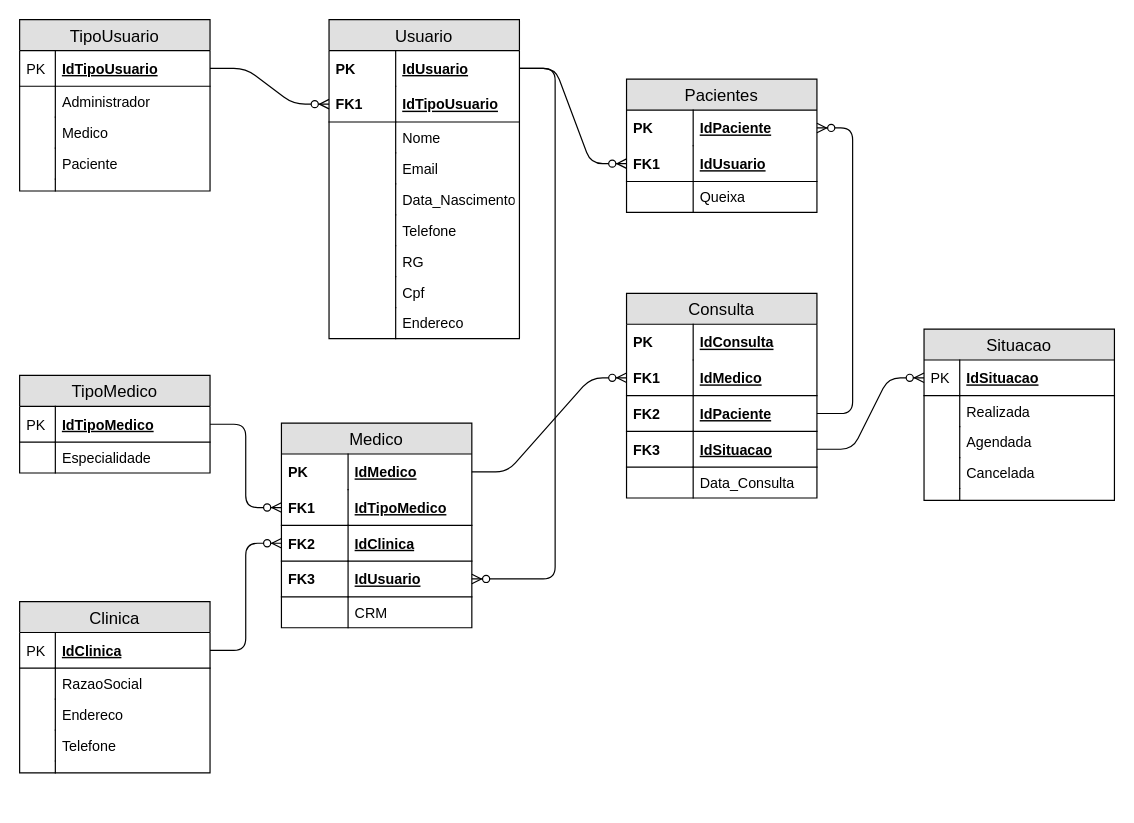
Before: page "Lógico" (2 of 2) of sprint1-bd-spmedgroup/Modelagem/SpMed_Logico_Conceitual.drawio in CBGoncalves/sprint1-bd, a draw.io diagram. Source tidied: cells renumbered, new cells numbered last; positions are measured from the earlier drawing's top-left corner, leaving out a move shared by most shapes. Both pictures are drawn from the tidied source at 119%, with x=0, y=0 at pixel (19, 19).
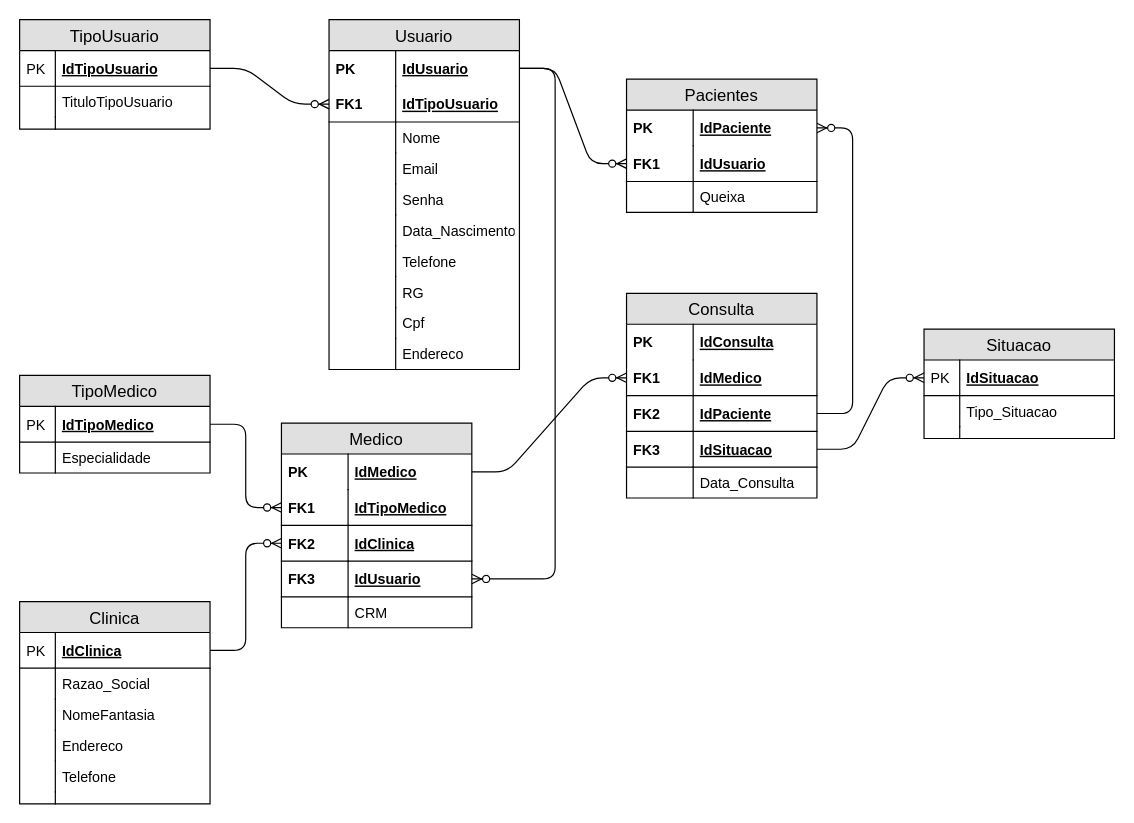
The same page after the edit.

Change to the diagram source:
```diff
@@
     <mxCell id="2" value="Clinica" style="swimlane;fontStyle=0;horizontal=1;startSize=26;fillColor=#e0e0e0;swimlaneFillColor=#ffffff;align=center;fontSize=14;" parent="1" vertex="1">
-      <mxGeometry y="489" width="160" height="144" as="geometry" />
+      <mxGeometry y="489" width="160" height="170" as="geometry" />
     </mxCell>
@@
-    <mxCell id="5" value="RazaoSocial" style="shape=partialRectangle;top=0;left=0;right=0;bottom=0;align=left;verticalAlign=top;fillColor=none;spacingLeft=34;spacingRight=4;overflow=hidden;fontSize=12;" parent="2" vertex="1">
+    <mxCell id="5" value="Razao_Social" style="shape=partialRectangle;top=0;left=0;right=0;bottom=0;align=left;verticalAlign=top;fillColor=none;spacingLeft=34;spacingRight=4;overflow=hidden;fontSize=12;" parent="2" vertex="1">
       <mxGeometry y="56" width="160" height="26" as="geometry" />
     </mxCell>
@@
+    <mxCell id="96" value="NomeFantasia" style="shape=partialRectangle;top=0;left=0;right=0;bottom=0;align=left;verticalAlign=top;fillColor=none;spacingLeft=34;spacingRight=4;overflow=hidden;fontSize=12;" parent="2" vertex="1">
+      <mxGeometry y="82" width="160" height="26" as="geometry" />
+    </mxCell>
+    <mxCell id="97" style="shape=partialRectangle;top=0;left=0;bottom=0;fillColor=none;align=left;verticalAlign=top;spacingLeft=4;spacingRight=4;overflow=hidden;fontSize=12;" parent="96" vertex="1">
+      <mxGeometry width="30" height="26" as="geometry" />
+    </mxCell>
     <mxCell id="7" value="Endereco" style="shape=partialRectangle;top=0;left=0;right=0;bottom=0;align=left;verticalAlign=top;fillColor=none;spacingLeft=34;spacingRight=4;overflow=hidden;fontSize=12;" parent="2" vertex="1">
-      <mxGeometry y="82" width="160" height="26" as="geometry" />
+      <mxGeometry y="108" width="160" height="26" as="geometry" />
     </mxCell>
@@
     <mxCell id="9" value="Telefone" style="shape=partialRectangle;top=0;left=0;right=0;bottom=0;align=left;verticalAlign=top;fillColor=none;spacingLeft=34;spacingRight=4;overflow=hidden;fontSize=12;" parent="2" vertex="1">
-      <mxGeometry y="108" width="160" height="26" as="geometry" />
+      <mxGeometry y="134" width="160" height="26" as="geometry" />
     </mxCell>
@@
     <mxCell id="11" style="shape=partialRectangle;top=0;left=0;right=0;bottom=0;align=left;verticalAlign=top;fillColor=none;spacingLeft=34;spacingRight=4;overflow=hidden;fontSize=12;" parent="2" vertex="1">
-      <mxGeometry y="134" width="160" height="10" as="geometry" />
+      <mxGeometry y="160" width="160" height="10" as="geometry" />
     </mxCell>
@@
     <mxCell id="18" value="TipoUsuario" style="swimlane;fontStyle=0;horizontal=1;startSize=26;fillColor=#e0e0e0;swimlaneFillColor=#ffffff;align=center;fontSize=14;" parent="1" vertex="1">
-      <mxGeometry width="160" height="144" as="geometry" />
+      <mxGeometry width="160" height="92" as="geometry" />
     </mxCell>
@@
-    <mxCell id="21" value="Administrador" style="shape=partialRectangle;top=0;left=0;right=0;bottom=0;align=left;verticalAlign=top;fillColor=none;spacingLeft=34;spacingRight=4;overflow=hidden;fontSize=12;" parent="18" vertex="1">
+    <mxCell id="21" value="TituloTipoUsuario" style="shape=partialRectangle;top=0;left=0;right=0;bottom=0;align=left;verticalAlign=top;fillColor=none;spacingLeft=34;spacingRight=4;overflow=hidden;fontSize=12;" parent="18" vertex="1">
       <mxGeometry y="56" width="160" height="26" as="geometry" />
     </mxCell>
@@
-    <mxCell id="23" value="Medico" style="shape=partialRectangle;top=0;left=0;right=0;bottom=0;align=left;verticalAlign=top;fillColor=none;spacingLeft=34;spacingRight=4;overflow=hidden;fontSize=12;" parent="18" vertex="1">
-      <mxGeometry y="82" width="160" height="26" as="geometry" />
-    </mxCell>
-    <mxCell id="24" style="shape=partialRectangle;top=0;left=0;bottom=0;fillColor=none;align=left;verticalAlign=top;spacingLeft=4;spacingRight=4;overflow=hidden;fontSize=12;" parent="23" vertex="1">
-      <mxGeometry width="30" height="26" as="geometry" />
-    </mxCell>
-    <mxCell id="25" value="Paciente" style="shape=partialRectangle;top=0;left=0;right=0;bottom=0;align=left;verticalAlign=top;fillColor=none;spacingLeft=34;spacingRight=4;overflow=hidden;fontSize=12;" parent="18" vertex="1">
-      <mxGeometry y="108" width="160" height="26" as="geometry" />
-    </mxCell>
-    <mxCell id="26" style="shape=partialRectangle;top=0;left=0;bottom=0;fillColor=none;align=left;verticalAlign=top;spacingLeft=4;spacingRight=4;overflow=hidden;fontSize=12;" parent="25" vertex="1">
-      <mxGeometry width="30" height="26" as="geometry" />
-    </mxCell>
     <mxCell id="27" style="shape=partialRectangle;top=0;left=0;right=0;bottom=0;align=left;verticalAlign=top;fillColor=none;spacingLeft=34;spacingRight=4;overflow=hidden;fontSize=12;" parent="18" vertex="1">
-      <mxGeometry y="134" width="160" height="10" as="geometry" />
+      <mxGeometry y="82" width="160" height="10" as="geometry" />
     </mxCell>
@@
     <mxCell id="29" value="Situacao" style="swimlane;fontStyle=0;horizontal=1;startSize=26;fillColor=#e0e0e0;swimlaneFillColor=#ffffff;align=center;fontSize=14;" parent="1" vertex="1">
-      <mxGeometry x="760" y="260" width="160" height="144" as="geometry" />
+      <mxGeometry x="760" y="260" width="160" height="92" as="geometry" />
     </mxCell>
@@
-    <mxCell id="32" value="Realizada" style="shape=partialRectangle;top=0;left=0;right=0;bottom=0;align=left;verticalAlign=top;fillColor=none;spacingLeft=34;spacingRight=4;overflow=hidden;fontSize=12;" parent="29" vertex="1">
+    <mxCell id="32" value="Tipo_Situacao" style="shape=partialRectangle;top=0;left=0;right=0;bottom=0;align=left;verticalAlign=top;fillColor=none;spacingLeft=34;spacingRight=4;overflow=hidden;fontSize=12;" parent="29" vertex="1">
       <mxGeometry y="56" width="160" height="26" as="geometry" />
     </mxCell>
@@
-    <mxCell id="34" value="Agendada" style="shape=partialRectangle;top=0;left=0;right=0;bottom=0;align=left;verticalAlign=top;fillColor=none;spacingLeft=34;spacingRight=4;overflow=hidden;fontSize=12;" parent="29" vertex="1">
-      <mxGeometry y="82" width="160" height="26" as="geometry" />
-    </mxCell>
-    <mxCell id="35" style="shape=partialRectangle;top=0;left=0;bottom=0;fillColor=none;align=left;verticalAlign=top;spacingLeft=4;spacingRight=4;overflow=hidden;fontSize=12;" parent="34" vertex="1">
-      <mxGeometry width="30" height="26" as="geometry" />
-    </mxCell>
-    <mxCell id="36" value="Cancelada" style="shape=partialRectangle;top=0;left=0;right=0;bottom=0;align=left;verticalAlign=top;fillColor=none;spacingLeft=34;spacingRight=4;overflow=hidden;fontSize=12;" parent="29" vertex="1">
-      <mxGeometry y="108" width="160" height="26" as="geometry" />
-    </mxCell>
-    <mxCell id="37" style="shape=partialRectangle;top=0;left=0;bottom=0;fillColor=none;align=left;verticalAlign=top;spacingLeft=4;spacingRight=4;overflow=hidden;fontSize=12;" parent="36" vertex="1">
-      <mxGeometry width="30" height="26" as="geometry" />
-    </mxCell>
     <mxCell id="38" style="shape=partialRectangle;top=0;left=0;right=0;bottom=0;align=left;verticalAlign=top;fillColor=none;spacingLeft=34;spacingRight=4;overflow=hidden;fontSize=12;" parent="29" vertex="1">
-      <mxGeometry y="134" width="160" height="10" as="geometry" />
+      <mxGeometry y="82" width="160" height="10" as="geometry" />
     </mxCell>
@@
     <mxCell id="51" value="Usuario" style="swimlane;fontStyle=0;horizontal=1;startSize=26;fillColor=#e0e0e0;swimlaneFillColor=#ffffff;align=center;fontSize=14;" parent="1" vertex="1">
-      <mxGeometry x="260" width="160" height="268" as="geometry" />
+      <mxGeometry x="260" width="160" height="294" as="geometry" />
     </mxCell>
@@
+    <mxCell id="98" value="Senha" style="shape=partialRectangle;top=0;left=0;right=0;bottom=0;align=left;verticalAlign=top;fillColor=none;spacingLeft=60;spacingRight=4;overflow=hidden;fontSize=12;" parent="51" vertex="1">
+      <mxGeometry y="138" width="160" height="26" as="geometry" />
+    </mxCell>
+    <mxCell id="99" style="shape=partialRectangle;top=0;left=0;bottom=0;fillColor=none;align=left;verticalAlign=top;spacingLeft=4;spacingRight=4;overflow=hidden;fontSize=12;" parent="98" vertex="1">
+      <mxGeometry width="56" height="26" as="geometry" />
+    </mxCell>
     <mxCell id="60" value="Data_Nascimento" style="shape=partialRectangle;top=0;left=0;right=0;bottom=0;align=left;verticalAlign=top;fillColor=none;spacingLeft=60;spacingRight=4;overflow=hidden;fontSize=12;" parent="51" vertex="1">
-      <mxGeometry y="138" width="160" height="26" as="geometry" />
+      <mxGeometry y="164" width="160" height="26" as="geometry" />
     </mxCell>
@@
     <mxCell id="62" value="Telefone" style="shape=partialRectangle;top=0;left=0;right=0;bottom=0;align=left;verticalAlign=top;fillColor=none;spacingLeft=60;spacingRight=4;overflow=hidden;fontSize=12;" parent="51" vertex="1">
-      <mxGeometry y="164" width="160" height="26" as="geometry" />
+      <mxGeometry y="190" width="160" height="26" as="geometry" />
     </mxCell>
@@
     <mxCell id="64" value="RG" style="shape=partialRectangle;top=0;left=0;right=0;bottom=0;align=left;verticalAlign=top;fillColor=none;spacingLeft=60;spacingRight=4;overflow=hidden;fontSize=12;" parent="51" vertex="1">
-      <mxGeometry y="190" width="160" height="26" as="geometry" />
+      <mxGeometry y="216" width="160" height="26" as="geometry" />
     </mxCell>
@@
     <mxCell id="66" value="Cpf" style="shape=partialRectangle;top=0;left=0;right=0;bottom=0;align=left;verticalAlign=top;fillColor=none;spacingLeft=60;spacingRight=4;overflow=hidden;fontSize=12;" parent="51" vertex="1">
-      <mxGeometry y="216" width="160" height="26" as="geometry" />
+      <mxGeometry y="242" width="160" height="26" as="geometry" />
     </mxCell>
@@
     <mxCell id="68" value="Endereco" style="shape=partialRectangle;top=0;left=0;right=0;bottom=0;align=left;verticalAlign=top;fillColor=none;spacingLeft=60;spacingRight=4;overflow=hidden;fontSize=12;" parent="51" vertex="1">
-      <mxGeometry y="242" width="160" height="26" as="geometry" />
+      <mxGeometry y="268" width="160" height="26" as="geometry" />
     </mxCell>
```
